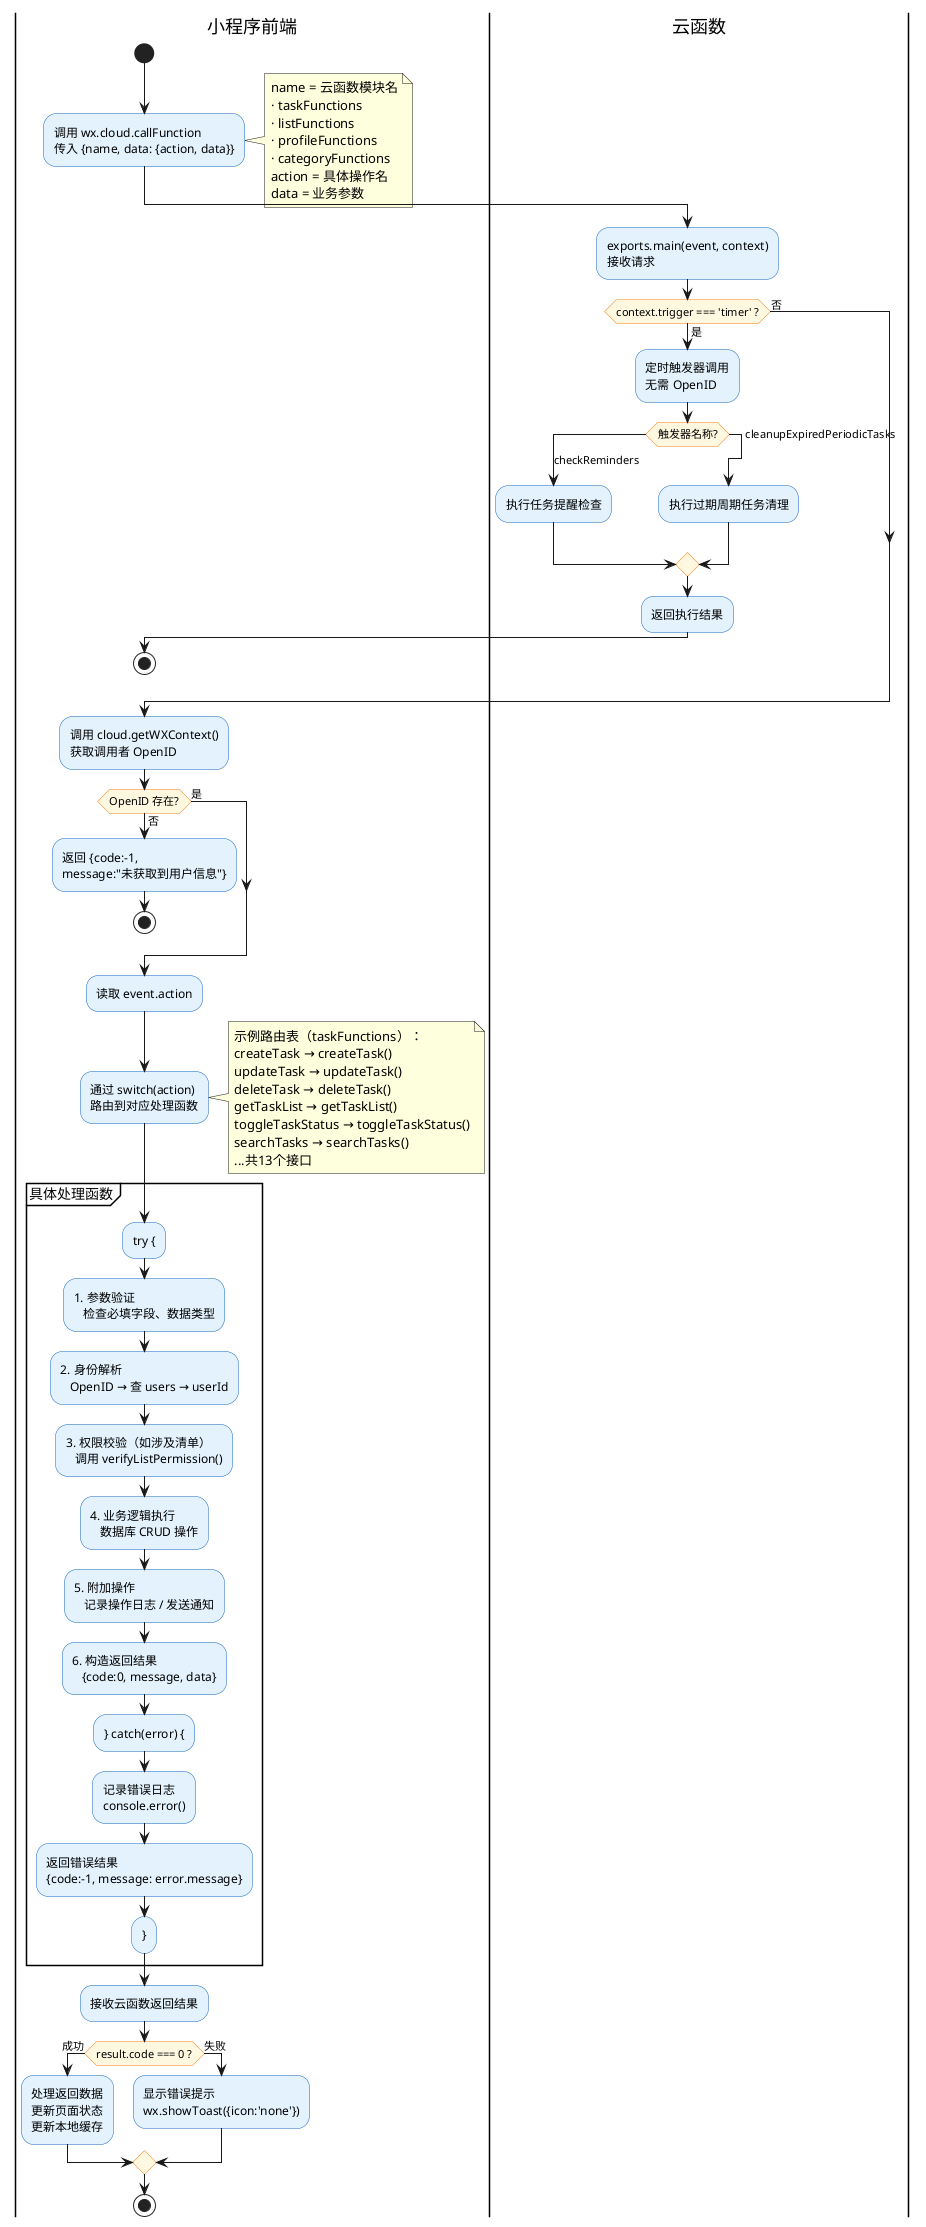
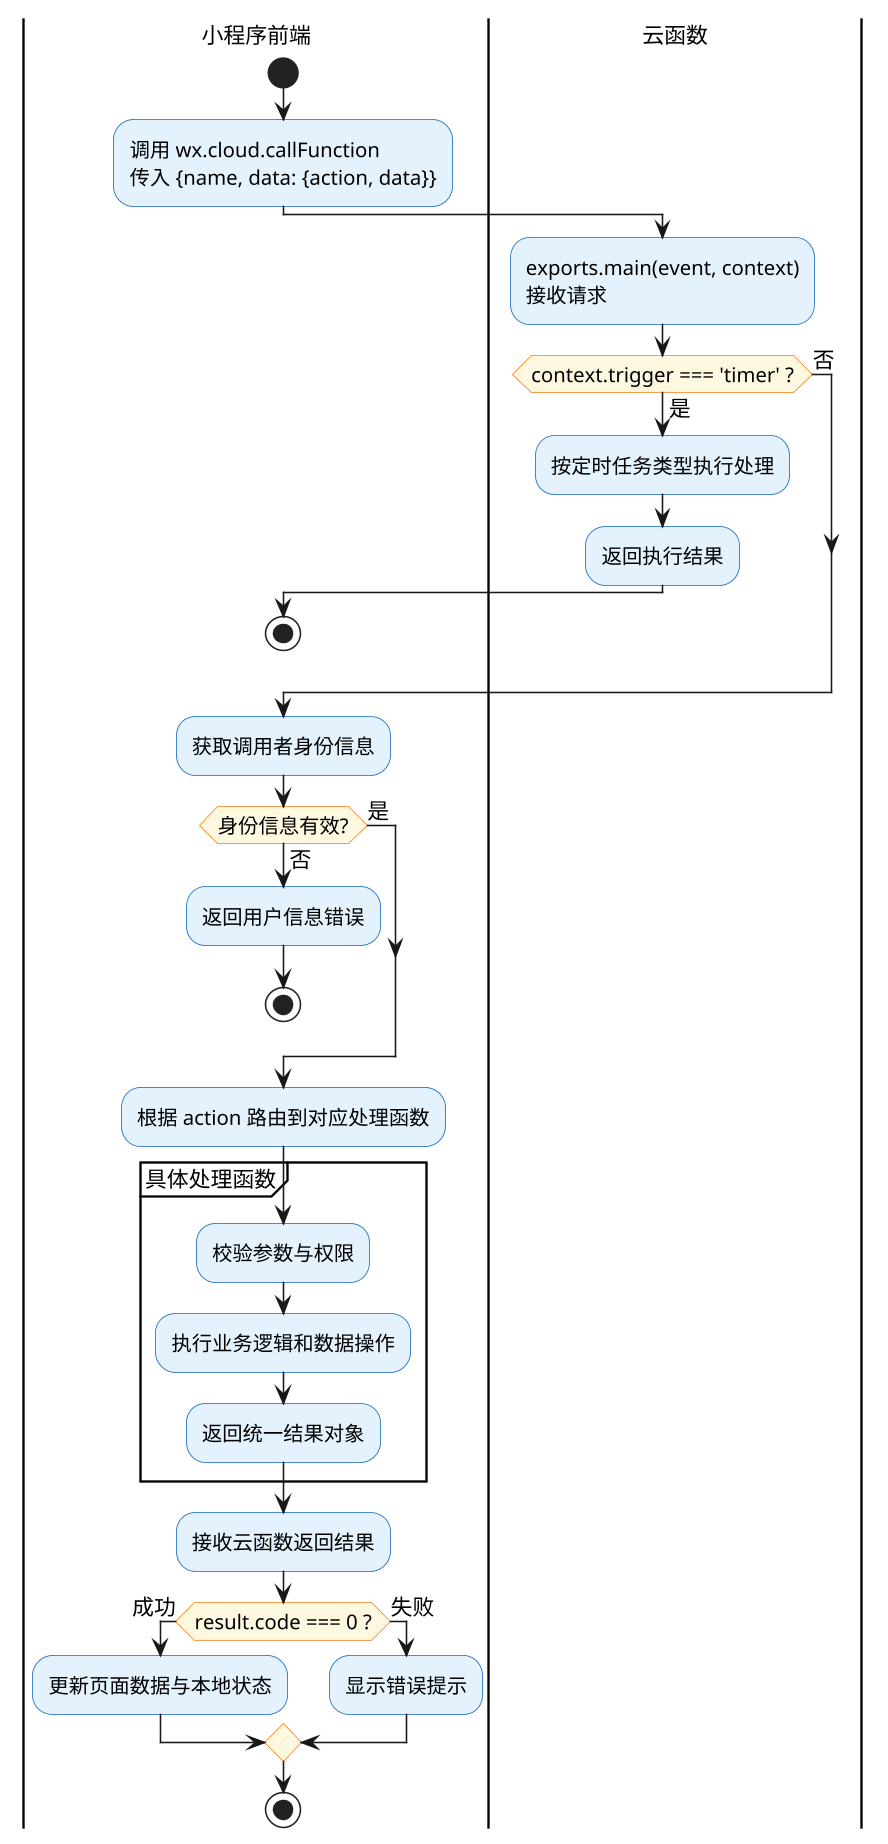
@startuml 云函数调用流程图
' 图5.20 云函数统一调用流程图
' 渲染：复制到 https://www.plantuml.com/plantuml/uml

skinparam activity {
  BackgroundColor #E3F2FD
  BorderColor #1565C0
  DiamondBackgroundColor #FFF8E1
  DiamondBorderColor #F57F17
}

+ skinparam defaultFontSize 14
+ skinparam activityFontSize 13
+ skinparam dpi 150
+ 
|小程序前端|

start

:调用 wx.cloud.callFunction\n传入 {name, data: {action, data}};

- note right
-   name = 云函数模块名
-   · taskFunctions
-   · listFunctions
-   · profileFunctions
-   · categoryFunctions
-   action = 具体操作名
-   data = 业务参数
- end note
- 
|云函数|

:exports.main(event, context)\n接收请求;

if (context.trigger === 'timer' ?) then (是)
-   :定时触发器调用\n无需 OpenID;
-   switch (触发器名称?)
-   case (checkReminders)
-     :执行任务提醒检查;
-   case (cleanupExpiredPeriodicTasks)
-     :执行过期周期任务清理;
-   endswitch
+   :按定时任务类型执行处理;
  :返回执行结果;
  |小程序前端|
  stop
else (否)
endif

- :调用 cloud.getWXContext()\n获取调用者 OpenID;
+ :获取调用者身份信息;

- if (OpenID 存在?) then (是)
+ if (身份信息有效?) then (是)
else (否)
-   :返回 {code:-1,\nmessage:"未获取到用户信息"};
+   :返回用户信息错误;
  |小程序前端|
  stop
endif

- :读取 event.action;
- 
- :通过 switch(action)\n路由到对应处理函数;
- 
- note right
-   示例路由表（taskFunctions）：
-   createTask → createTask()
-   updateTask → updateTask()
-   deleteTask → deleteTask()
-   getTaskList → getTaskList()
-   toggleTaskStatus → toggleTaskStatus()
-   searchTasks → searchTasks()
-   ...共13个接口
- end note
+ :根据 action 路由到对应处理函数;

partition "具体处理函数" {
-   :try {;
- 
-   :1. 参数验证\n   检查必填字段、数据类型;
- 
-   :2. 身份解析\n   OpenID → 查 users → userId;
- 
-   :3. 权限校验（如涉及清单）\n   调用 verifyListPermission();
- 
-   :4. 业务逻辑执行\n   数据库 CRUD 操作;
- 
-   :5. 附加操作\n   记录操作日志 / 发送通知;
- 
-   :6. 构造返回结果\n   {code:0, message, data};
- 
-   :} catch(error) {;
- 
-   :记录错误日志\nconsole.error();
- 
-   :返回错误结果\n{code:-1, message: error.message};
- 
-   :};
+   :校验参数与权限;
+   :执行业务逻辑和数据操作;
+   :返回统一结果对象;
}

|小程序前端|

:接收云函数返回结果;

if (result.code === 0 ?) then (成功)
-   :处理返回数据\n更新页面状态\n更新本地缓存;
+   :更新页面数据与本地状态;
else (失败)
-   :显示错误提示\nwx.showToast({icon:'none'});
+   :显示错误提示;
endif

stop

@enduml
